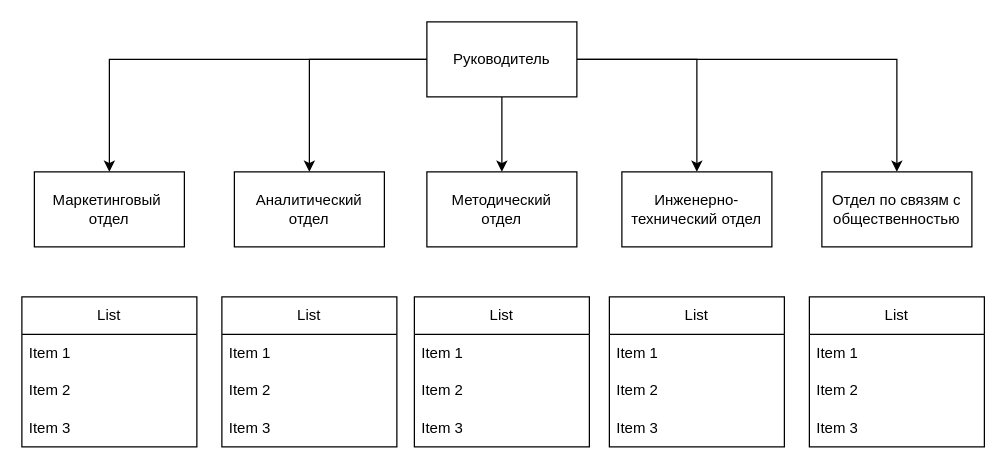
mepashka/Business-modeling-1.0 keeps this draw.io diagram as Business-modeling-1.0.drawio. Above is the earlier version. Source tidied: cells renumbered, new cells numbered last; positions are measured from the earlier drawing's top-left corner, leaving out a move shared by most shapes. Both pictures are drawn from the tidied source at 125%, with x=0, y=0 at pixel (21, 21).
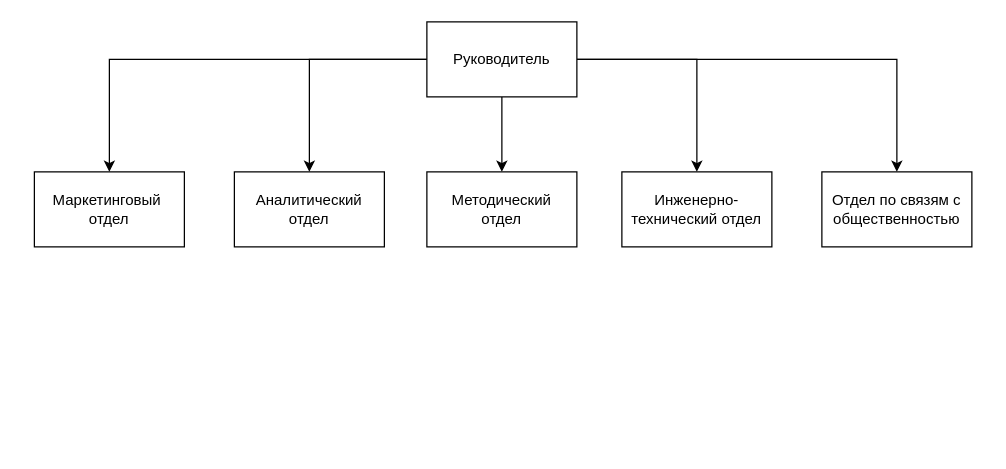
The same page after the edit.

Diff of the diagram source:
```diff
@@
-    <mxCell id="13" value="List" style="swimlane;fontStyle=0;horizontal=1;startSize=30;whiteSpace=wrap;html=1;" parent="1" vertex="1">
-      <mxGeometry y="220" width="140" height="120" as="geometry" />
-    </mxCell>
-    <mxCell id="14" value="Item 1" style="text;strokeColor=none;fillColor=none;align=left;verticalAlign=middle;spacingLeft=4;spacingRight=4;overflow=hidden;whiteSpace=wrap;html=1;" parent="13" vertex="1">
-      <mxGeometry y="30" width="140" height="30" as="geometry" />
-    </mxCell>
-    <mxCell id="15" value="Item 2" style="text;strokeColor=none;fillColor=none;align=left;verticalAlign=middle;spacingLeft=4;spacingRight=4;overflow=hidden;whiteSpace=wrap;html=1;" parent="13" vertex="1">
-      <mxGeometry y="60" width="140" height="30" as="geometry" />
-    </mxCell>
-    <mxCell id="16" value="Item 3" style="text;strokeColor=none;fillColor=none;align=left;verticalAlign=middle;spacingLeft=4;spacingRight=4;overflow=hidden;whiteSpace=wrap;html=1;" parent="13" vertex="1">
-      <mxGeometry y="90" width="140" height="30" as="geometry" />
-    </mxCell>
-    <mxCell id="17" value="List" style="swimlane;fontStyle=0;horizontal=1;startSize=30;whiteSpace=wrap;html=1;" parent="1" vertex="1">
-      <mxGeometry x="160" y="220" width="140" height="120" as="geometry" />
-    </mxCell>
-    <mxCell id="18" value="Item 1" style="text;strokeColor=none;fillColor=none;align=left;verticalAlign=middle;spacingLeft=4;spacingRight=4;overflow=hidden;whiteSpace=wrap;html=1;" parent="17" vertex="1">
-      <mxGeometry y="30" width="140" height="30" as="geometry" />
-    </mxCell>
-    <mxCell id="19" value="Item 2" style="text;strokeColor=none;fillColor=none;align=left;verticalAlign=middle;spacingLeft=4;spacingRight=4;overflow=hidden;whiteSpace=wrap;html=1;" parent="17" vertex="1">
-      <mxGeometry y="60" width="140" height="30" as="geometry" />
-    </mxCell>
-    <mxCell id="20" value="Item 3" style="text;strokeColor=none;fillColor=none;align=left;verticalAlign=middle;spacingLeft=4;spacingRight=4;overflow=hidden;whiteSpace=wrap;html=1;" parent="17" vertex="1">
-      <mxGeometry y="90" width="140" height="30" as="geometry" />
-    </mxCell>
-    <mxCell id="21" value="List" style="swimlane;fontStyle=0;horizontal=1;startSize=30;whiteSpace=wrap;html=1;" parent="1" vertex="1">
-      <mxGeometry x="314" y="220" width="140" height="120" as="geometry" />
-    </mxCell>
-    <mxCell id="22" value="Item 1" style="text;strokeColor=none;fillColor=none;align=left;verticalAlign=middle;spacingLeft=4;spacingRight=4;overflow=hidden;whiteSpace=wrap;html=1;" parent="21" vertex="1">
-      <mxGeometry y="30" width="140" height="30" as="geometry" />
-    </mxCell>
-    <mxCell id="23" value="Item 2" style="text;strokeColor=none;fillColor=none;align=left;verticalAlign=middle;spacingLeft=4;spacingRight=4;overflow=hidden;whiteSpace=wrap;html=1;" parent="21" vertex="1">
-      <mxGeometry y="60" width="140" height="30" as="geometry" />
-    </mxCell>
-    <mxCell id="24" value="Item 3" style="text;strokeColor=none;fillColor=none;align=left;verticalAlign=middle;spacingLeft=4;spacingRight=4;overflow=hidden;whiteSpace=wrap;html=1;" parent="21" vertex="1">
-      <mxGeometry y="90" width="140" height="30" as="geometry" />
-    </mxCell>
-    <mxCell id="25" value="List" style="swimlane;fontStyle=0;horizontal=1;startSize=30;whiteSpace=wrap;html=1;" parent="1" vertex="1">
-      <mxGeometry x="470" y="220" width="140" height="120" as="geometry" />
-    </mxCell>
-    <mxCell id="26" value="Item 1" style="text;strokeColor=none;fillColor=none;align=left;verticalAlign=middle;spacingLeft=4;spacingRight=4;overflow=hidden;whiteSpace=wrap;html=1;" parent="25" vertex="1">
-      <mxGeometry y="30" width="140" height="30" as="geometry" />
-    </mxCell>
-    <mxCell id="27" value="Item 2" style="text;strokeColor=none;fillColor=none;align=left;verticalAlign=middle;spacingLeft=4;spacingRight=4;overflow=hidden;whiteSpace=wrap;html=1;" parent="25" vertex="1">
-      <mxGeometry y="60" width="140" height="30" as="geometry" />
-    </mxCell>
-    <mxCell id="28" value="Item 3" style="text;strokeColor=none;fillColor=none;align=left;verticalAlign=middle;spacingLeft=4;spacingRight=4;overflow=hidden;whiteSpace=wrap;html=1;" parent="25" vertex="1">
-      <mxGeometry y="90" width="140" height="30" as="geometry" />
-    </mxCell>
-    <mxCell id="29" value="List" style="swimlane;fontStyle=0;horizontal=1;startSize=30;whiteSpace=wrap;html=1;" parent="1" vertex="1">
-      <mxGeometry x="630" y="220" width="140" height="120" as="geometry" />
-    </mxCell>
-    <mxCell id="30" value="Item 1" style="text;strokeColor=none;fillColor=none;align=left;verticalAlign=middle;spacingLeft=4;spacingRight=4;overflow=hidden;whiteSpace=wrap;html=1;" parent="29" vertex="1">
-      <mxGeometry y="30" width="140" height="30" as="geometry" />
-    </mxCell>
-    <mxCell id="31" value="Item 2" style="text;strokeColor=none;fillColor=none;align=left;verticalAlign=middle;spacingLeft=4;spacingRight=4;overflow=hidden;whiteSpace=wrap;html=1;" parent="29" vertex="1">
-      <mxGeometry y="60" width="140" height="30" as="geometry" />
-    </mxCell>
-    <mxCell id="32" value="Item 3" style="text;strokeColor=none;fillColor=none;align=left;verticalAlign=middle;spacingLeft=4;spacingRight=4;overflow=hidden;whiteSpace=wrap;html=1;" parent="29" vertex="1">
-      <mxGeometry y="90" width="140" height="30" as="geometry" />
-    </mxCell>
```
